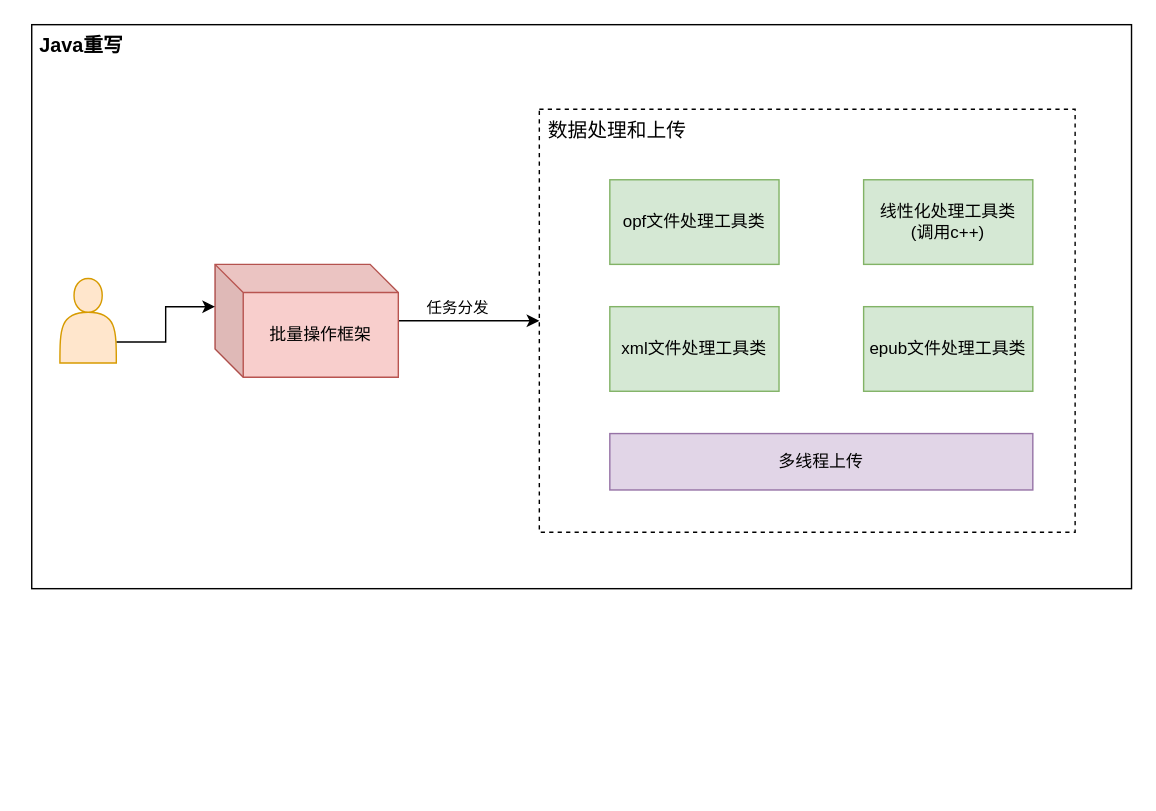
The draw.io diagram 图书上传重构.drawio in Floweryu/my-diagrams, before the edit. Source tidied: cells renumbered, new cells numbered last; positions are measured from the earlier drawing's top-left corner, leaving out a move shared by most shapes. Both pictures are drawn from the tidied source at 141%, with x=0, y=0 at pixel (24, 24).
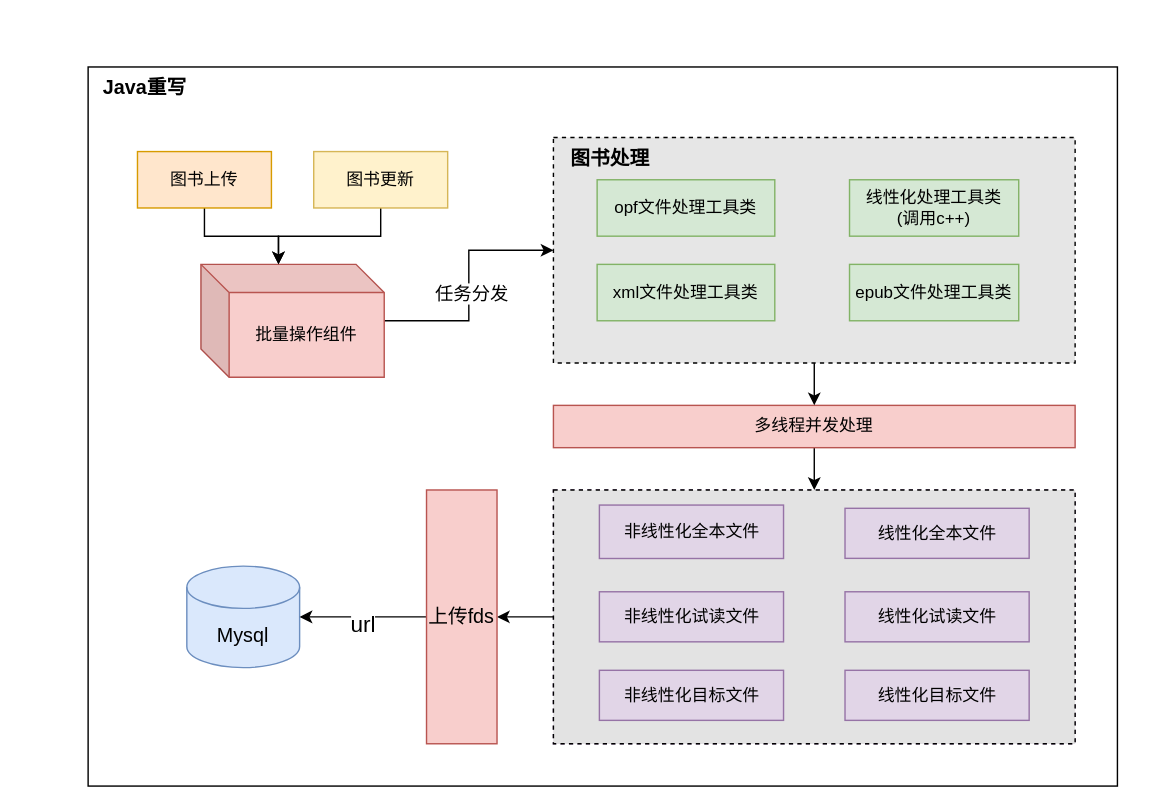
After the change.

Commit message:
更新图书上传重构.drawio

Change to the diagram source:
```diff
@@
     <mxCell id="2" style="rounded=0;whiteSpace=wrap;html=1;" parent="1" vertex="1">
-      <mxGeometry x="5" width="780" height="400" as="geometry" />
+      <mxGeometry x="45" y="30" width="730" height="510" as="geometry" />
     </mxCell>
+    <mxCell id="10" style="edgeStyle=orthogonalEdgeStyle;rounded=0;jettySize=auto;html=1;" parent="1" edge="1" source="12" target="3">
+      <mxGeometry relative="1" as="geometry" />
+    </mxCell>
+    <mxCell id="11" value="&lt;font style=&quot;font-size: 13px;&quot;&gt;任务分发&lt;/font&gt;" style="edgeLabel;html=1;align=center;verticalAlign=middle;" parent="10" vertex="1">
+      <mxGeometry x="-0.41" y="2" relative="1" as="geometry">
+        <mxPoint x="11" y="-18" as="offset" />
+      </mxGeometry>
+    </mxCell>
+    <mxCell id="12" value="批量操作组件" style="shape=cube;whiteSpace=wrap;html=1;boundedLbl=1;backgroundOutline=1;darkOpacity=0.05;darkOpacity2=0.1;fillColor=#f8cecc;strokeColor=#b85450;" parent="1" vertex="1">
+      <mxGeometry x="125" y="170" width="130" height="80" as="geometry" />
+    </mxCell>
+    <mxCell id="15" value="&lt;b&gt;&lt;font style=&quot;font-size: 14px;&quot;&gt;Java重写&lt;/font&gt;&lt;/b&gt;" style="text;html=1;align=center;verticalAlign=middle;strokeColor=none;fillColor=none;" parent="1" vertex="1">
+      <mxGeometry x="45" y="30" width="80" height="30" as="geometry" />
+    </mxCell>
+    <mxCell id="16" style="edgeStyle=orthogonalEdgeStyle;rounded=0;jettySize=auto;html=1;exitX=0.5;exitY=1;exitDx=0;exitDy=0;entryX=0;entryY=0;entryDx=55;entryDy=0;entryPerimeter=0;" parent="1" edge="1" source="17" target="12">
+      <mxGeometry relative="1" as="geometry" />
+    </mxCell>
+    <mxCell id="17" value="图书上传" style="rounded=0;whiteSpace=wrap;html=1;fillColor=#ffe6cc;strokeColor=#d79b00;" parent="1" vertex="1">
+      <mxGeometry x="80" y="90" width="95" height="40" as="geometry" />
+    </mxCell>
+    <mxCell id="18" style="edgeStyle=orthogonalEdgeStyle;rounded=0;jettySize=auto;html=1;exitX=0.5;exitY=1;exitDx=0;exitDy=0;entryX=0;entryY=0;entryDx=55;entryDy=0;entryPerimeter=0;" parent="1" edge="1" source="19" target="12">
+      <mxGeometry relative="1" as="geometry" />
+    </mxCell>
+    <mxCell id="19" value="图书更新" style="rounded=0;whiteSpace=wrap;html=1;fillColor=#fff2cc;strokeColor=#d6b656;" parent="1" vertex="1">
+      <mxGeometry x="205" y="90" width="95" height="40" as="geometry" />
+    </mxCell>
+    <mxCell id="20" style="group;fillColor=#e1d5e7;strokeColor=#9673a6;dashed=1;" parent="1" vertex="1">
+      <mxGeometry x="375" y="330" width="370" height="180" as="geometry" />
+    </mxCell>
+    <mxCell id="21" style="edgeStyle=orthogonalEdgeStyle;rounded=0;jettySize=auto;html=1;exitX=0.5;exitY=1;exitDx=0;exitDy=0;" parent="1" edge="1" source="22" target="25">
+      <mxGeometry relative="1" as="geometry" />
+    </mxCell>
+    <mxCell id="22" value="多线程并发处理" style="rounded=0;whiteSpace=wrap;html=1;fillColor=#f8cecc;strokeColor=#b85450;" parent="1" vertex="1">
+      <mxGeometry x="375" y="270" width="370" height="30" as="geometry" />
+    </mxCell>
+    <mxCell id="23" style="edgeStyle=orthogonalEdgeStyle;rounded=0;jettySize=auto;html=1;exitX=0.5;exitY=1;exitDx=0;exitDy=0;" parent="1" edge="1" source="3" target="22">
+      <mxGeometry relative="1" as="geometry" />
+    </mxCell>
+    <mxCell id="24" style="edgeStyle=orthogonalEdgeStyle;rounded=0;jettySize=auto;html=1;exitX=0;exitY=0.5;exitDx=0;exitDy=0;" parent="1" edge="1" source="25" target="35">
+      <mxGeometry relative="1" as="geometry" />
+    </mxCell>
+    <mxCell id="25" style="rounded=0;whiteSpace=wrap;html=1;fillColor=#E3E3E3;dashed=1;" parent="1" vertex="1">
+      <mxGeometry x="375" y="330" width="370" height="180" as="geometry" />
+    </mxCell>
+    <mxCell id="26" value="非线性化全本文件" style="rounded=0;whiteSpace=wrap;html=1;fillColor=#e1d5e7;strokeColor=#9673a6;" parent="1" vertex="1">
+      <mxGeometry x="407.6" y="340.7" width="130.6" height="37.9" as="geometry" />
+    </mxCell>
+    <mxCell id="27" value="线性化全本文件" style="rounded=0;whiteSpace=wrap;html=1;fillColor=#e1d5e7;strokeColor=#9673a6;" parent="1" vertex="1">
+      <mxGeometry x="581.8" y="343" width="130.6" height="35.5" as="geometry" />
+    </mxCell>
+    <mxCell id="28" value="非线性化试读文件" style="rounded=0;whiteSpace=wrap;html=1;fillColor=#e1d5e7;strokeColor=#9673a6;" parent="1" vertex="1">
+      <mxGeometry x="407.6" y="402.2" width="130.6" height="35.5" as="geometry" />
+    </mxCell>
+    <mxCell id="29" value="线性化试读文件" style="rounded=0;whiteSpace=wrap;html=1;fillColor=#e1d5e7;strokeColor=#9673a6;" parent="1" vertex="1">
+      <mxGeometry x="581.8" y="402.2" width="130.6" height="35.5" as="geometry" />
+    </mxCell>
+    <mxCell id="30" value="非线性化目标文件" style="rounded=0;whiteSpace=wrap;html=1;fillColor=#e1d5e7;strokeColor=#9673a6;" parent="1" vertex="1">
+      <mxGeometry x="407.6" y="457.9" width="130.6" height="35.5" as="geometry" />
+    </mxCell>
+    <mxCell id="31" value="线性化目标文件" style="rounded=0;whiteSpace=wrap;html=1;fillColor=#e1d5e7;strokeColor=#9673a6;" parent="1" vertex="1">
+      <mxGeometry x="581.8" y="457.9" width="130.6" height="35.5" as="geometry" />
+    </mxCell>
+    <mxCell id="32" value="&lt;font style=&quot;font-size: 14px;&quot;&gt;Mysql&lt;/font&gt;" style="shape=cylinder3;whiteSpace=wrap;html=1;boundedLbl=1;backgroundOutline=1;size=15;fillColor=#dae8fc;strokeColor=#6c8ebf;" parent="1" vertex="1">
+      <mxGeometry x="115" y="384" width="80" height="72" as="geometry" />
+    </mxCell>
+    <mxCell id="33" style="edgeStyle=orthogonalEdgeStyle;rounded=0;jettySize=auto;html=1;exitX=0;exitY=0.5;exitDx=0;exitDy=0;entryX=1;entryY=0.5;entryDx=0;entryDy=0;entryPerimeter=0;" parent="1" edge="1" source="35" target="32">
+      <mxGeometry relative="1" as="geometry" />
+    </mxCell>
+    <mxCell id="34" value="&lt;font style=&quot;font-size: 16px;&quot;&gt;url&lt;/font&gt;" style="edgeLabel;html=1;align=center;verticalAlign=middle;" parent="33" vertex="1">
+      <mxGeometry x="0.02" y="4" relative="1" as="geometry" />
+    </mxCell>
+    <mxCell id="35" value="&lt;font style=&quot;font-size: 14px;&quot;&gt;上传fds&lt;/font&gt;" style="rounded=0;whiteSpace=wrap;html=1;fillColor=#f8cecc;strokeColor=#b85450;" parent="1" vertex="1">
+      <mxGeometry x="285" y="330" width="50" height="180" as="geometry" />
+    </mxCell>
-    <mxCell id="3" style="rounded=0;whiteSpace=wrap;html=1;strokeColor=default;dashed=1;" parent="1" vertex="1">
-      <mxGeometry x="365" y="60" width="380" height="300" as="geometry" />
+    <mxCell id="3" style="rounded=0;whiteSpace=wrap;html=1;strokeColor=default;dashed=1;fillColor=#E6E6E6;" parent="1" vertex="1">
+      <mxGeometry x="375" y="80" width="370" height="160" as="geometry" />
     </mxCell>
     <mxCell id="4" value="opf文件处理工具类" style="rounded=0;whiteSpace=wrap;html=1;fillColor=#d5e8d4;strokeColor=#82b366;" parent="1" vertex="1">
-      <mxGeometry x="415" y="110" width="120" height="60" as="geometry" />
+      <mxGeometry x="406" y="110" width="126" height="40" as="geometry" />
     </mxCell>
     <mxCell id="5" value="线性化处理工具类&lt;br&gt;(调用c++)" style="rounded=0;whiteSpace=wrap;html=1;fillColor=#d5e8d4;strokeColor=#82b366;" parent="1" vertex="1">
-      <mxGeometry x="595" y="110" width="120" height="60" as="geometry" />
+      <mxGeometry x="585" y="110" width="120" height="40" as="geometry" />
     </mxCell>
     <mxCell id="6" value="xml文件处理工具类" style="rounded=0;whiteSpace=wrap;html=1;fillColor=#d5e8d4;strokeColor=#82b366;" parent="1" vertex="1">
-      <mxGeometry x="415" y="200" width="120" height="60" as="geometry" />
+      <mxGeometry x="406" y="170" width="126" height="40" as="geometry" />
     </mxCell>
     <mxCell id="7" value="epub文件处理工具类" style="rounded=0;whiteSpace=wrap;html=1;fillColor=#d5e8d4;strokeColor=#82b366;" parent="1" vertex="1">
-      <mxGeometry x="595" y="200" width="120" height="60" as="geometry" />
+      <mxGeometry x="585" y="170" width="120" height="40" as="geometry" />
     </mxCell>
-    <mxCell id="8" value="多线程上传" style="rounded=0;whiteSpace=wrap;html=1;fillColor=#e1d5e7;strokeColor=#9673a6;" parent="1" vertex="1">
-      <mxGeometry x="415" y="290" width="300" height="40" as="geometry" />
-    </mxCell>
-    <mxCell id="9" value="&lt;font style=&quot;font-size: 14px;&quot;&gt;数据处理和上传&lt;/font&gt;" style="text;html=1;align=center;verticalAlign=middle;strokeColor=none;fillColor=none;" parent="1" vertex="1">
-      <mxGeometry x="360" y="60" width="120" height="30" as="geometry" />
-    </mxCell>
-    <mxCell id="10" style="edgeStyle=orthogonalEdgeStyle;rounded=0;jettySize=auto;html=1;" parent="1" edge="1" source="12" target="3">
-      <mxGeometry relative="1" as="geometry" />
-    </mxCell>
-    <mxCell id="11" value="任务分发" style="edgeLabel;html=1;align=center;verticalAlign=middle;" parent="10" vertex="1">
-      <mxGeometry x="-0.41" y="2" relative="1" as="geometry">
-        <mxPoint x="11" y="-8" as="offset" />
-      </mxGeometry>
-    </mxCell>
-    <mxCell id="12" value="批量操作框架" style="shape=cube;whiteSpace=wrap;html=1;boundedLbl=1;backgroundOutline=1;darkOpacity=0.05;darkOpacity2=0.1;fillColor=#f8cecc;strokeColor=#b85450;" parent="1" vertex="1">
-      <mxGeometry x="135" y="170" width="130" height="80" as="geometry" />
-    </mxCell>
-    <mxCell id="13" style="edgeStyle=orthogonalEdgeStyle;rounded=0;jettySize=auto;html=1;exitX=1;exitY=0.75;exitDx=0;exitDy=0;entryX=0;entryY=0;entryDx=0;entryDy=30;entryPerimeter=0;" parent="1" edge="1" source="14" target="12">
-      <mxGeometry relative="1" as="geometry" />
-    </mxCell>
-    <mxCell id="14" style="shape=actor;whiteSpace=wrap;html=1;fillColor=#ffe6cc;strokeColor=#d79b00;" parent="1" vertex="1">
-      <mxGeometry x="25" y="180" width="40" height="60" as="geometry" />
-    </mxCell>
-    <mxCell id="15" value="&lt;b&gt;&lt;font style=&quot;font-size: 14px;&quot;&gt;Java重写&lt;/font&gt;&lt;/b&gt;" style="text;html=1;align=center;verticalAlign=middle;strokeColor=none;fillColor=none;" parent="1" vertex="1">
-      <mxGeometry width="80" height="30" as="geometry" />
-    </mxCell>
+    <mxCell id="36" value="&lt;b&gt;&lt;font style=&quot;font-size: 14px;&quot;&gt;图书处理&lt;/font&gt;&lt;/b&gt;" style="text;html=1;align=center;verticalAlign=middle;strokeColor=none;fillColor=none;" parent="1" vertex="1">
+      <mxGeometry x="375" y="80" width="80" height="30" as="geometry" />
+    </mxCell>
```
